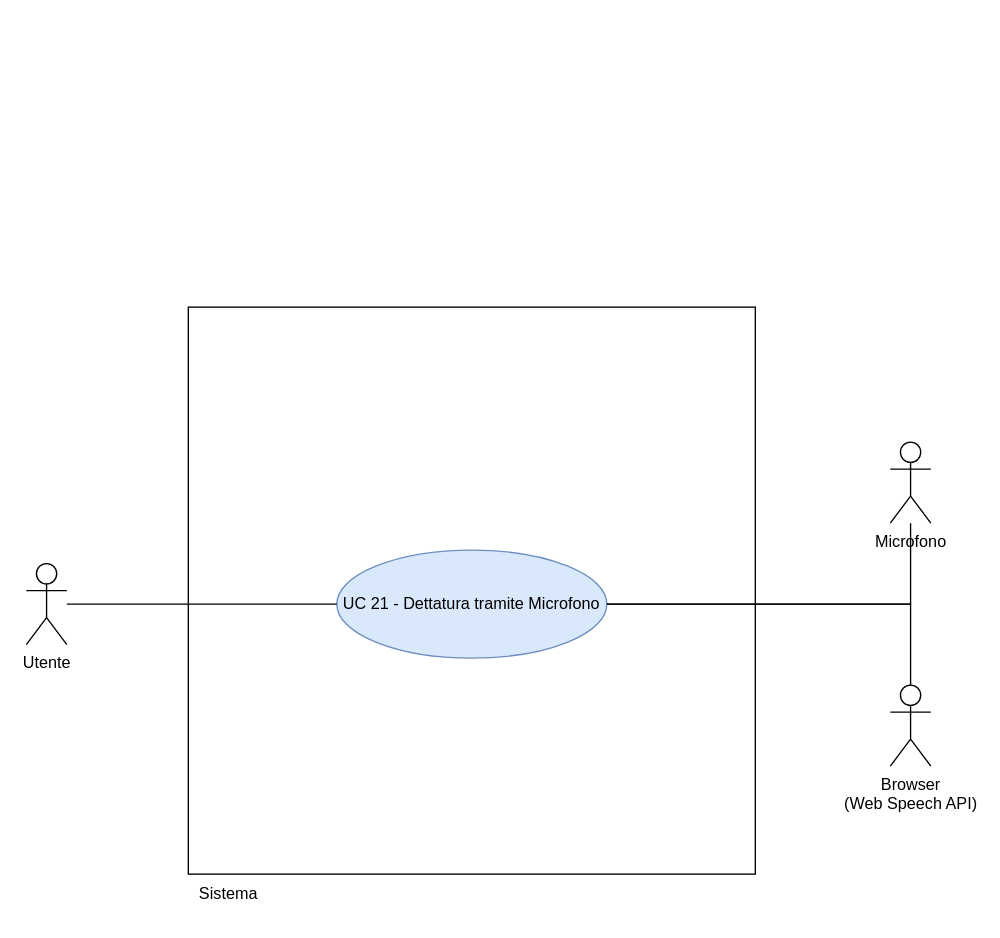
thebitless-group-swe/thebitless.github.io keeps this draw.io diagram as RTB/doc_esterna/analisi-dei-requisiti/assets/draw.io/UC21.drawio. Above is the earlier version. Source tidied: cells renumbered, new cells numbered last; positions are measured from the earlier drawing's top-left corner, leaving out a move shared by most shapes. Both pictures are drawn from the tidied source at 135%, with x=0, y=0 at pixel (26, 306).
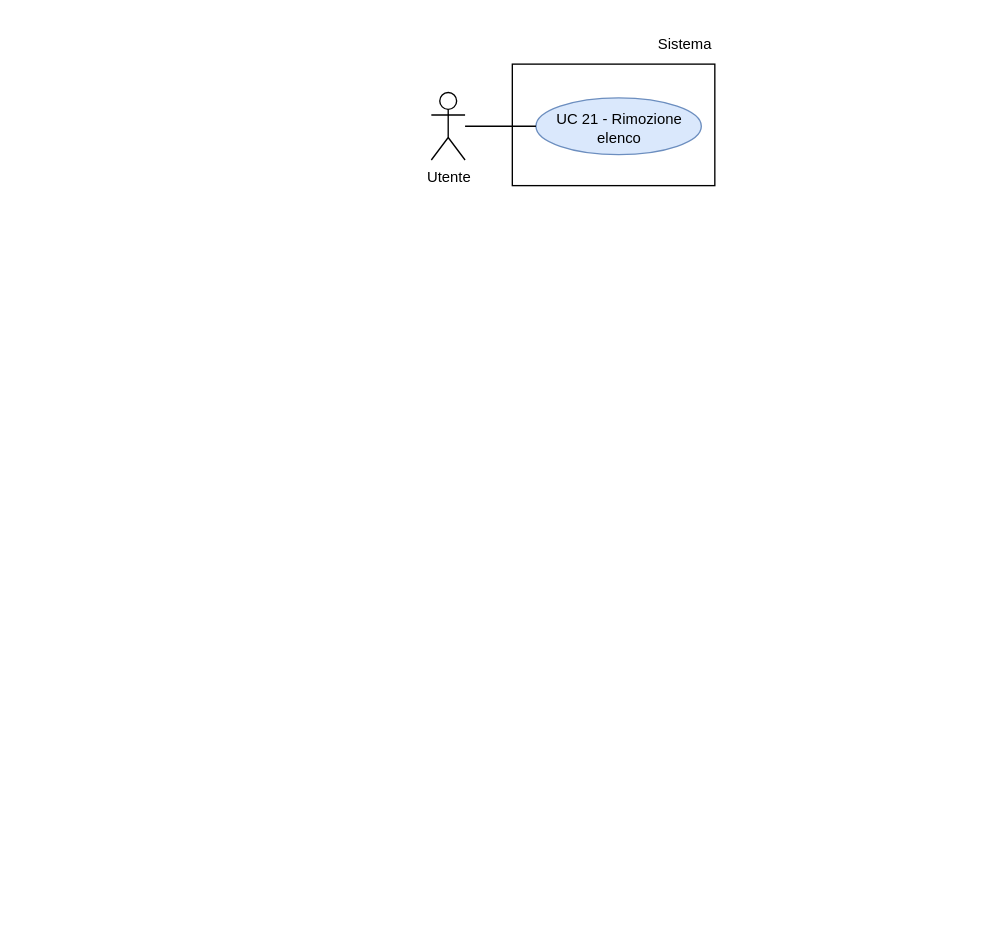
The same diagram, later.

Diff of the diagram source:
```diff
@@
 <mxGraphModel>
   <root>
     <mxCell id="0" />
     <mxCell id="1" parent="0" />
-    <mxCell id="2" value="Utente" style="shape=umlActor;verticalLabelPosition=bottom;verticalAlign=top;html=1;outlineConnect=0;" parent="1" vertex="1">
-      <mxGeometry y="190" width="30" height="60" as="geometry" />
+    <mxCell id="2" value="Utente" style="shape=umlActor;verticalLabelPosition=bottom;verticalAlign=top;html=1;outlineConnect=0;fontSize=11;" parent="1" vertex="1">
+      <mxGeometry x="300" y="-159" width="25" height="50" as="geometry" />
     </mxCell>
-    <mxCell id="3" value="Microfono" style="shape=umlActor;verticalLabelPosition=bottom;verticalAlign=top;html=1;outlineConnect=0;" parent="1" vertex="1">
-      <mxGeometry x="640" y="100" width="30" height="60" as="geometry" />
-    </mxCell>
-    <mxCell id="4" value="&lt;div&gt;Browser&lt;/div&gt;&lt;div&gt;(Web Speech API)&lt;/div&gt;" style="shape=umlActor;verticalLabelPosition=bottom;verticalAlign=top;html=1;outlineConnect=0;" parent="1" vertex="1">
-      <mxGeometry x="640" y="280" width="30" height="60" as="geometry" />
-    </mxCell>
-    <mxCell id="5" style="whiteSpace=wrap;html=1;" parent="1" vertex="1">
-      <mxGeometry x="120" width="420" height="420" as="geometry" />
-    </mxCell>
+    <mxCell id="11" style="rounded=0;whiteSpace=wrap;html=1;strokeWidth=1;" parent="1" vertex="1">
+      <mxGeometry x="360" y="-180" width="150" height="90" as="geometry" />
+    </mxCell>
-    <mxCell id="6" value="Sistema" style="text;html=1;whiteSpace=wrap;strokeColor=none;fillColor=none;align=center;verticalAlign=middle;rounded=0;" parent="1" vertex="1">
-      <mxGeometry x="120" y="420" width="60" height="30" as="geometry" />
+    <mxCell id="6" value="Sistema" style="text;html=1;whiteSpace=wrap;strokeColor=none;fillColor=none;align=right;verticalAlign=middle;fontSize=11;" parent="1" vertex="1">
+      <mxGeometry x="450" y="-210" width="60" height="30" as="geometry" />
     </mxCell>
-    <mxCell id="7" value="UC 21 - Dettatura tramite Microfono" style="ellipse;whiteSpace=wrap;html=1;fillColor=#dae8fc;strokeColor=#6c8ebf;" parent="1" vertex="1">
-      <mxGeometry x="230" y="180" width="200" height="80" as="geometry" />
-    </mxCell>
-    <mxCell id="8" style="edgeStyle=orthogonalEdgeStyle;rounded=0;jettySize=auto;html=1;endArrow=none;endFill=0;" parent="1" edge="1" source="2" target="7">
-      <mxGeometry relative="1" as="geometry" />
-    </mxCell>
-    <mxCell id="9" style="edgeStyle=orthogonalEdgeStyle;rounded=0;jettySize=auto;html=1;endArrow=none;endFill=0;" parent="1" edge="1" source="7" target="3">
-      <mxGeometry relative="1" as="geometry" />
-    </mxCell>
-    <mxCell id="10" style="edgeStyle=orthogonalEdgeStyle;rounded=0;jettySize=auto;html=1;endArrow=none;endFill=0;" parent="1" edge="1" source="7" target="4">
-      <mxGeometry relative="1" as="geometry" />
-    </mxCell>
+    <mxCell id="12" value="UC 21 - Rimozione elenco" style="ellipse;whiteSpace=wrap;html=1;fillColor=#dae8fc;strokeColor=#6c8ebf;fontSize=11;convertToSvg=1;svgWhiteSpace=wrap;labelBorderColor=none;labelBackgroundColor=none;spacingBottom=-3;" parent="1" vertex="1">
+      <mxGeometry x="377.5" y="-155" width="122.5" height="42" as="geometry" />
+    </mxCell>
+    <mxCell id="13" style="edgeStyle=none;rounded=0;jettySize=auto;html=1;endArrow=none;endFill=0;" parent="1" edge="1" source="2" target="12">
+      <mxGeometry relative="1" as="geometry" />
+    </mxCell>
+    <mxCell id="14" style="edgeStyle=orthogonalEdgeStyle;rounded=0;orthogonalLoop=1;jettySize=auto;html=1;exitX=0.5;exitY=1;exitDx=0;exitDy=0;" parent="1" edge="1" source="6" target="6">
+      <mxGeometry relative="1" as="geometry" />
+    </mxCell>
   </root>
 </mxGraphModel>
```
